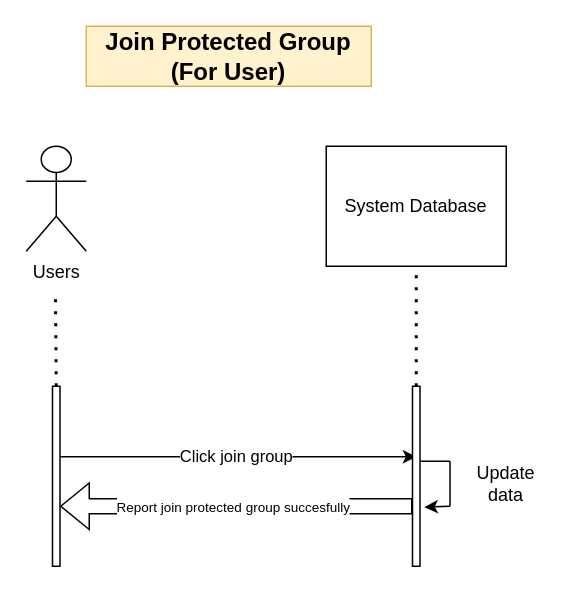
Earlier version of the draw.io diagram page "Join Group (For Users)" (3 of 17) of StudtMate.drawio (ParkinnAuto/StudyMate). Source tidied: cells renumbered, new cells numbered last; positions are measured from the earlier drawing's top-left corner, leaving out a move shared by most shapes. Both pictures are drawn from the tidied source at 150%, with x=0, y=0 at pixel (26, 26).
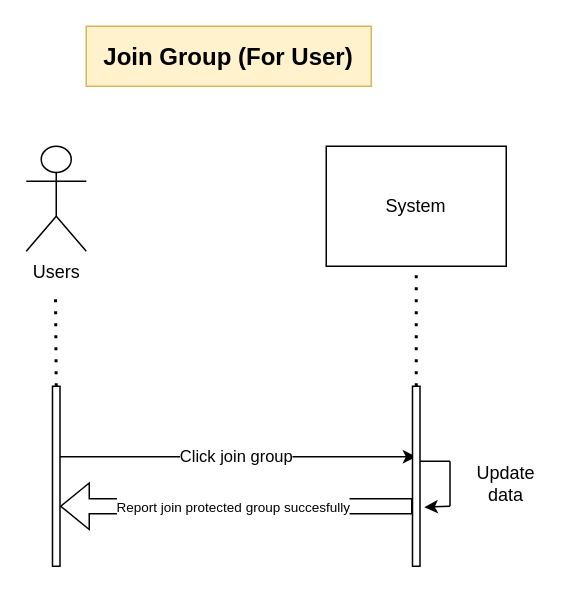
The same diagram, later.

The edit, as a diff of the source:
```diff
@@
-    <mxCell id="3" value="System Database" style="rounded=0;whiteSpace=wrap;html=1;" parent="1" vertex="1">
+    <mxCell id="3" value="System" style="rounded=0;whiteSpace=wrap;html=1;" parent="1" vertex="1">
       <mxGeometry x="200" y="80" width="120" height="80" as="geometry" />
     </mxCell>
@@
-    <mxCell id="13" value="&lt;b&gt;&lt;font style=&quot;font-size: 16px;&quot;&gt;Join Protected Group (For User)&lt;/font&gt;&lt;/b&gt;" style="text;html=1;align=center;verticalAlign=middle;whiteSpace=wrap;rounded=0;fillColor=#fff2cc;strokeColor=#d6b656;" parent="1" vertex="1">
+    <mxCell id="13" value="&lt;b&gt;&lt;font style=&quot;font-size: 16px;&quot;&gt;Join Group (For User)&lt;/font&gt;&lt;/b&gt;" style="text;html=1;align=center;verticalAlign=middle;whiteSpace=wrap;rounded=0;fillColor=#fff2cc;strokeColor=#d6b656;" parent="1" vertex="1">
       <mxGeometry x="40" width="190" height="40" as="geometry" />
     </mxCell>
```
